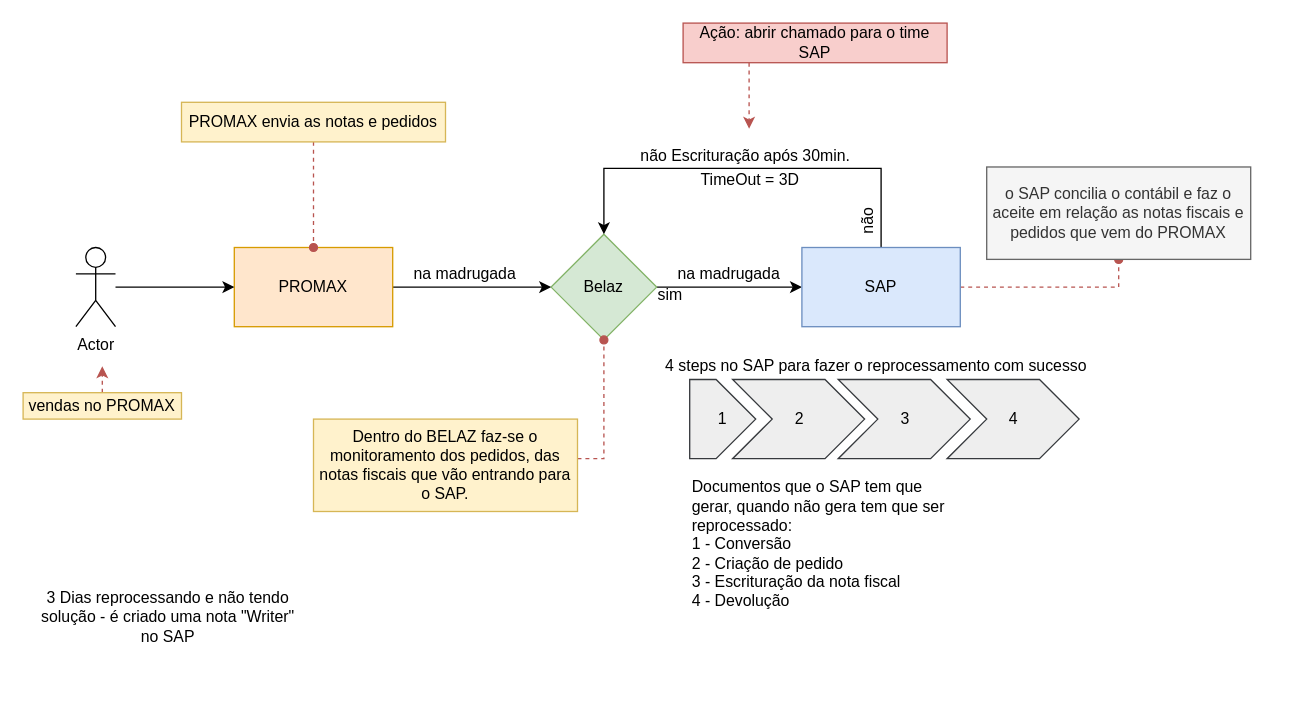
Before: page "mod-Nfiscal" (1 of 3) of Diagrama sem nome.drawio in aguinaldo1/Lab01-ProjAPP, a draw.io diagram. Source tidied: cells renumbered, new cells numbered last; positions are measured from the earlier drawing's top-left corner, leaving out a move shared by most shapes. Both pictures are drawn from the tidied source at 132%, with x=0, y=0 at pixel (22, 22).
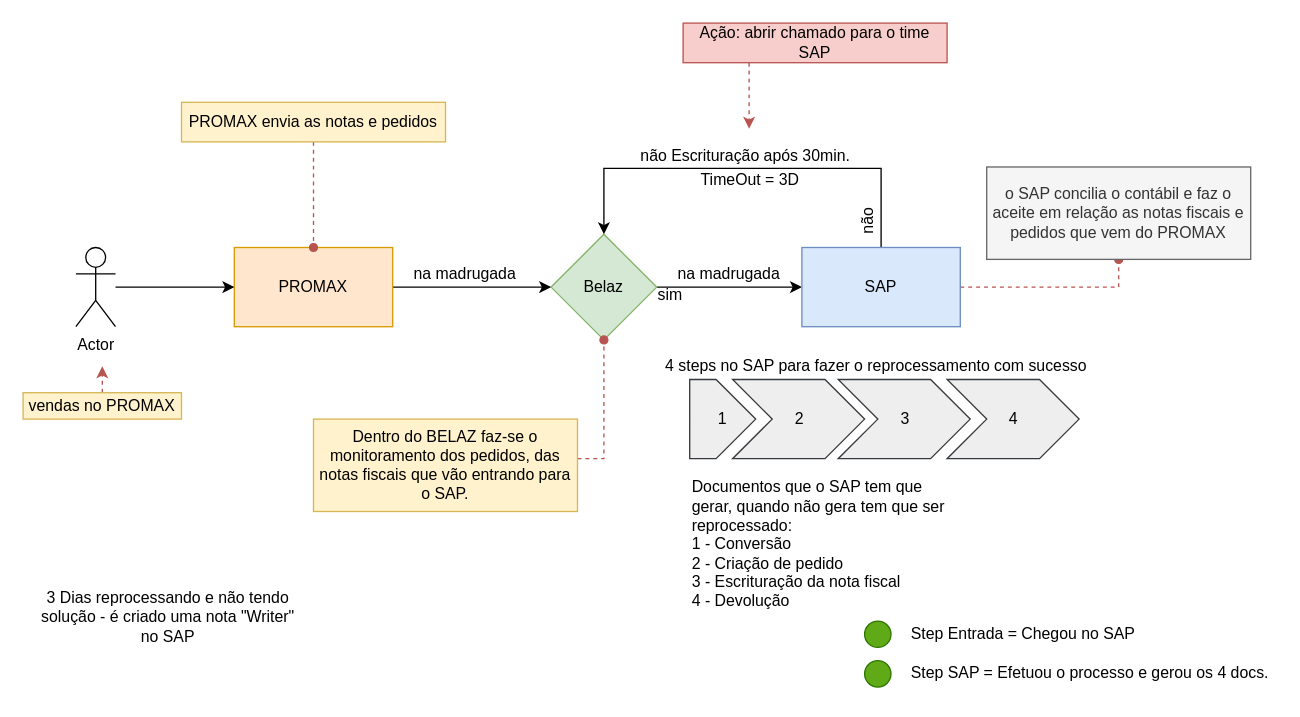
After the change.

Change to the diagram source:
```diff
@@
+    <mxCell id="33" style="ellipse;whiteSpace=wrap;html=1;fillColor=#60a917;strokeColor=#2D7600;fontColor=#ffffff;" parent="1" vertex="1">
+      <mxGeometry x="637.5" y="453" width="20" height="20" as="geometry" />
+    </mxCell>
+    <mxCell id="34" value="Step Entrada = Chegou no SAP" style="text;html=1;strokeColor=none;fillColor=none;align=left;verticalAlign=middle;whiteSpace=wrap;rounded=0;" parent="1" vertex="1">
+      <mxGeometry x="671" y="448" width="209" height="30" as="geometry" />
+    </mxCell>
+    <mxCell id="35" style="ellipse;whiteSpace=wrap;html=1;fillColor=#60a917;strokeColor=#2D7600;fontColor=#ffffff;" parent="1" vertex="1">
+      <mxGeometry x="637.5" y="483" width="20" height="20" as="geometry" />
+    </mxCell>
+    <mxCell id="36" value="Step SAP = Efetuou o processo e gerou os 4 docs." style="text;html=1;strokeColor=none;fillColor=none;align=left;verticalAlign=middle;whiteSpace=wrap;rounded=0;" parent="1" vertex="1">
+      <mxGeometry x="671" y="478" width="279" height="30" as="geometry" />
+    </mxCell>
```
